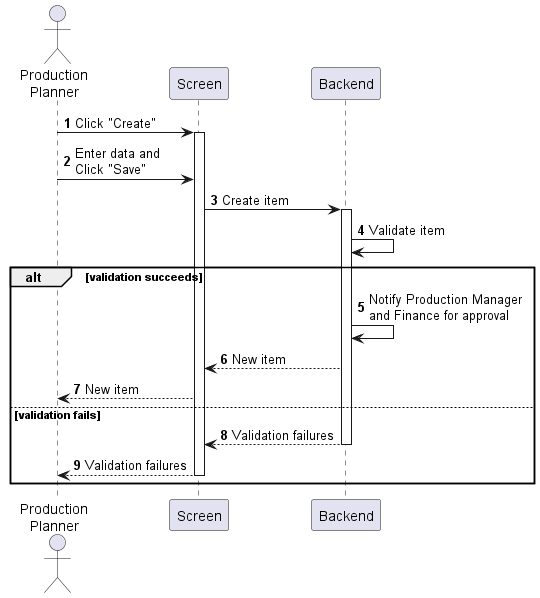
Before: sequences/purchase-requisition-create.png, a diagram exported from PlantUML (phihungha/scmss-reqs). The source it was exported from:
```plantuml
@startuml purchase-requisition-create
autonumber

actor "Production\nPlanner" as a
participant Screen as f
participant Backend as b

a -> f : Click "Create"
activate f
a -> f : Enter data and\nClick "Save"
f -> b : Create item
activate b
b -> b : Validate item

alt validation succeeds
    b -> b : Notify Production Manager\nand Finance for approval
    b --> f : New item
    f --> a : New item
else validation fails
    return Validation failures
    return Validation failures
end
@enduml
```
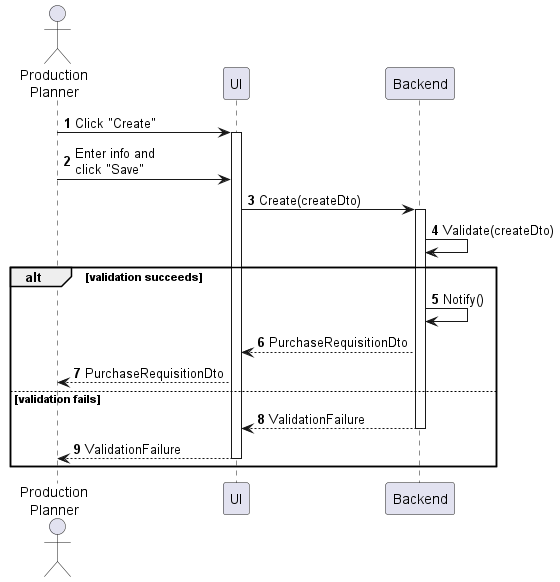
The same diagram one commit later.

The edit, as a diff of the source:
```diff
@@ -2,22 +2,22 @@
 autonumber
 
 actor "Production\nPlanner" as a
-participant Screen as f
+participant UI as f
 participant Backend as b
 
 a -> f : Click "Create"
 activate f
-a -> f : Enter data and\nClick "Save"
-f -> b : Create item
+a -> f : Enter info and\nclick "Save"
+f -> b : Create(createDto)
 activate b
-b -> b : Validate item
+b -> b : Validate(createDto)
 
 alt validation succeeds
-    b -> b : Notify Production Manager\nand Finance for approval
-    b --> f : New item
-    f --> a : New item
+    b -> b : Notify()
+    b --> f : PurchaseRequisitionDto
+    f --> a : PurchaseRequisitionDto
 else validation fails
-    return Validation failures
-    return Validation failures
+    return ValidationFailure
+    return ValidationFailure
 end
 @enduml
```
